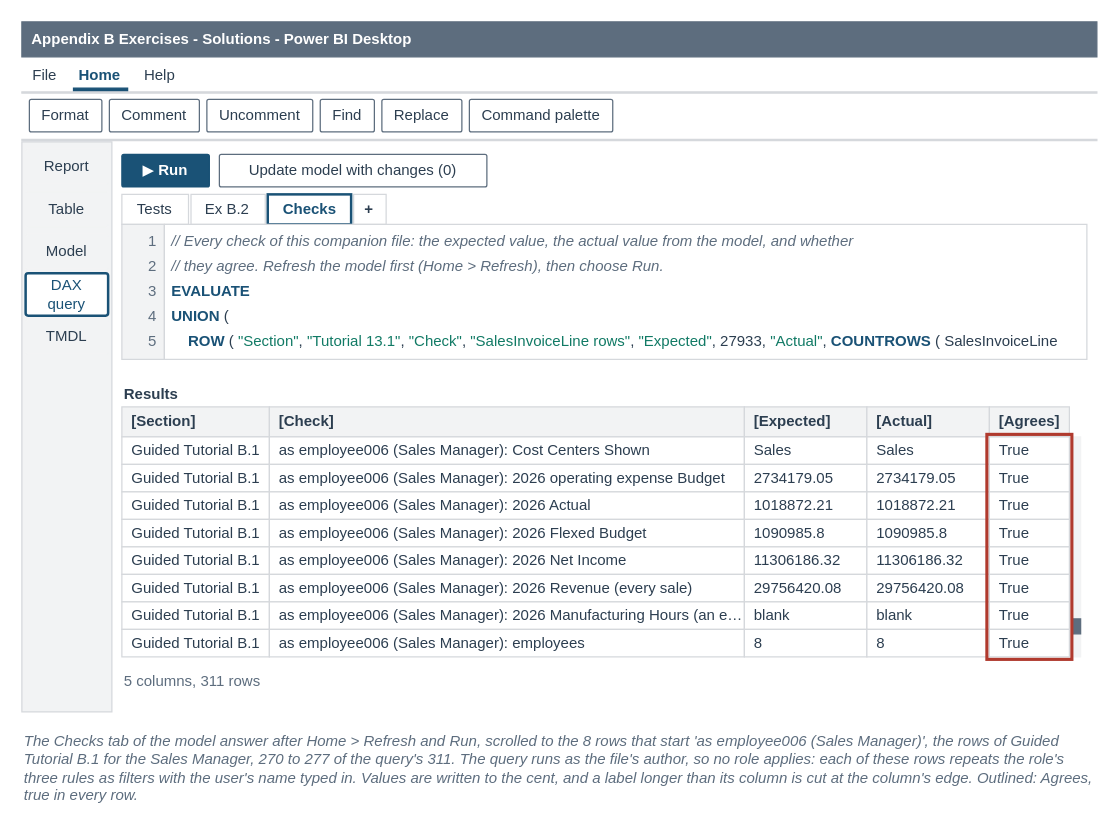
Before: facts/instructor/figures/appendix-b-publishing-security/IF-AB-0-B.drawio in mmcodesso/Accounting_Analytics_Book, a draw.io diagram. Source tidied: cells renumbered, new cells numbered last; positions are measured from the earlier drawing's top-left corner, leaving out a move shared by most shapes. Both pictures are drawn from the tidied source at 125%, with x=0, y=0 at pixel (21, 21).
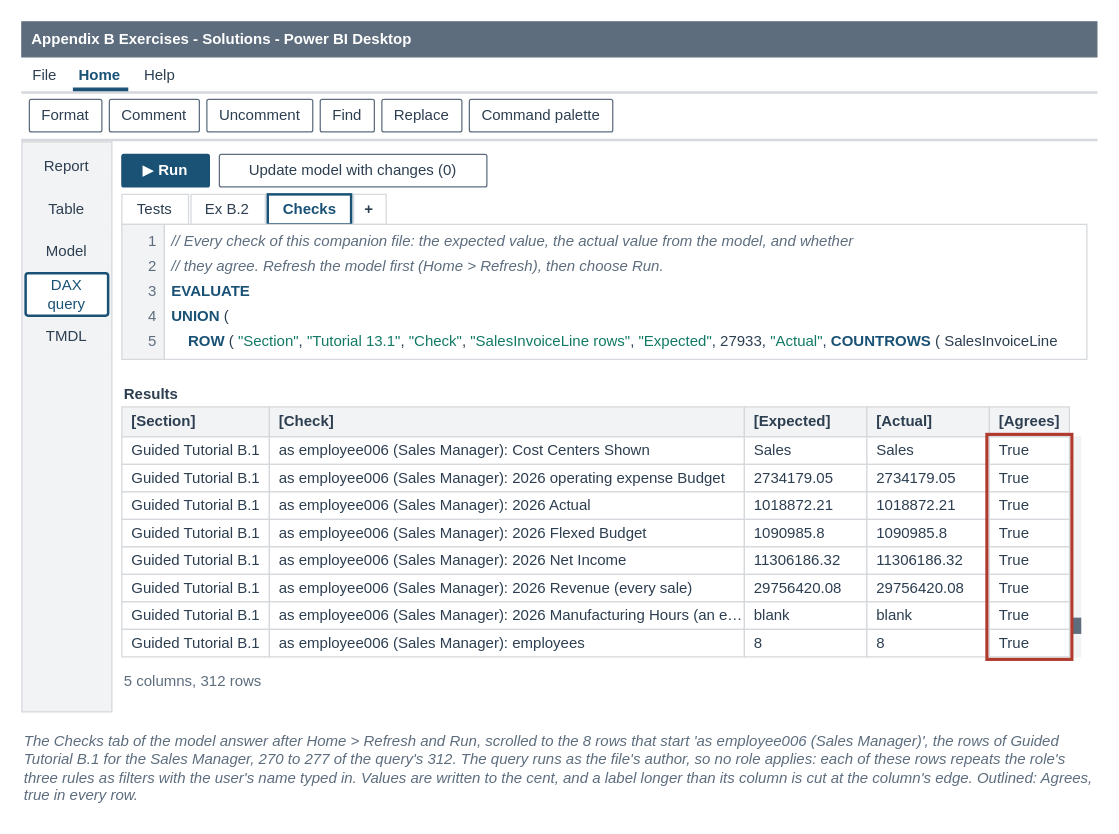
After the change.

The edit, as a diff of the source:
```diff
@@
     <mxCell id="87" style="rounded=0;arcSize=6;whiteSpace=wrap;html=1;fillColor=#5D6D7E;strokeColor=#5D6D7E;strokeWidth=1;fontColor=#2C3E50;fontSize=13;fontStyle=0;align=center;verticalAlign=middle;fontFamily=Helvetica;spacingLeft=6;spacingRight=6;" parent="1" vertex="1">
-      <mxGeometry x="841" y="477.6" width="6" height="12" as="geometry" />
+      <mxGeometry x="841" y="477.1" width="6" height="12" as="geometry" />
     </mxCell>
-    <mxCell id="88" value="5 columns, 311 rows" style="text;html=1;whiteSpace=wrap;align=left;verticalAlign=top;fontSize=12;fontColor=#5D6D7E;fontStyle=0;fontFamily=Helvetica;spacing=2;fillColor=none;strokeColor=none;" parent="1" vertex="1">
+    <mxCell id="88" value="5 columns, 312 rows" style="text;html=1;whiteSpace=wrap;align=left;verticalAlign=top;fontSize=12;fontColor=#5D6D7E;fontStyle=0;fontFamily=Helvetica;spacing=2;fillColor=none;strokeColor=none;" parent="1" vertex="1">
       <mxGeometry x="80" y="514" width="220" height="20" as="geometry" />
     </mxCell>
-    <mxCell id="89" value="&lt;i&gt;The Checks tab of the model answer after Home &gt; Refresh and Run, scrolled to the 8 rows that start 'as employee006 (Sales Manager)', the rows of Guided Tutorial B.1 for the Sales Manager, 270 to 277 of the query's 311. The query runs as the file's author, so no role applies: each of these rows repeats the role's three rules as filters with the user's name typed in. Values are written to the cent, and a label longer than its column is cut at the column's edge. Outlined: Agrees, true in every row.&lt;/i&gt;" style="text;html=1;whiteSpace=wrap;align=left;verticalAlign=top;fontSize=12;fontColor=#5D6D7E;fontStyle=0;fontFamily=Helvetica;spacing=2;fillColor=none;strokeColor=none;" parent="1" vertex="1">
+    <mxCell id="89" value="&lt;i&gt;The Checks tab of the model answer after Home &gt; Refresh and Run, scrolled to the 8 rows that start 'as employee006 (Sales Manager)', the rows of Guided Tutorial B.1 for the Sales Manager, 270 to 277 of the query's 312. The query runs as the file's author, so no role applies: each of these rows repeats the role's three rules as filters with the user's name typed in. Values are written to the cent, and a label longer than its column is cut at the column's edge. Outlined: Agrees, true in every row.&lt;/i&gt;" style="text;html=1;whiteSpace=wrap;align=left;verticalAlign=top;fontSize=12;fontColor=#5D6D7E;fontStyle=0;fontFamily=Helvetica;spacing=2;fillColor=none;strokeColor=none;" parent="1" vertex="1">
       <mxGeometry y="562" width="860" height="68" as="geometry" />
     </mxCell>
```
